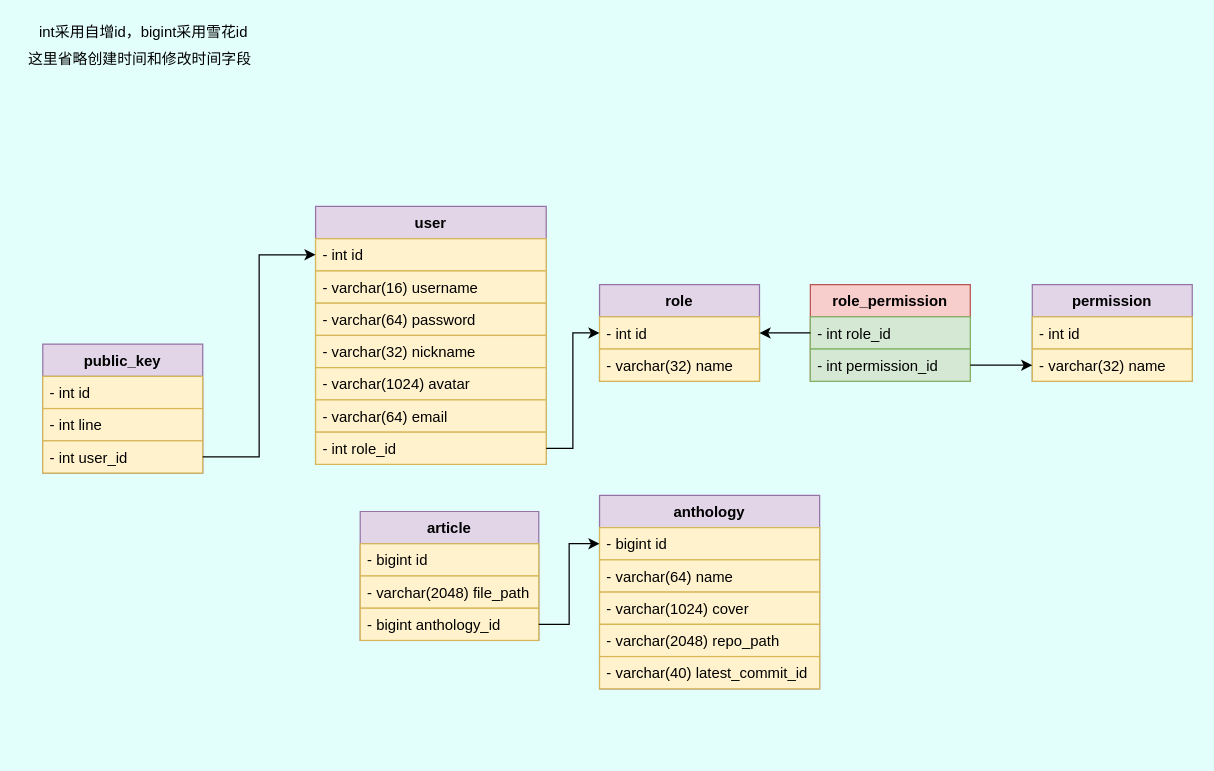
Earlier version of the draw.io diagram page "数据库" (2 of 2) of server-springboot/后端类图.dio (swsk33/git-document). Source tidied: cells renumbered, new cells numbered last; positions are measured from the earlier drawing's top-left corner, leaving out a move shared by most shapes. Both pictures are drawn from the tidied source at 124%, with x=0, y=0 at pixel (21, 21).
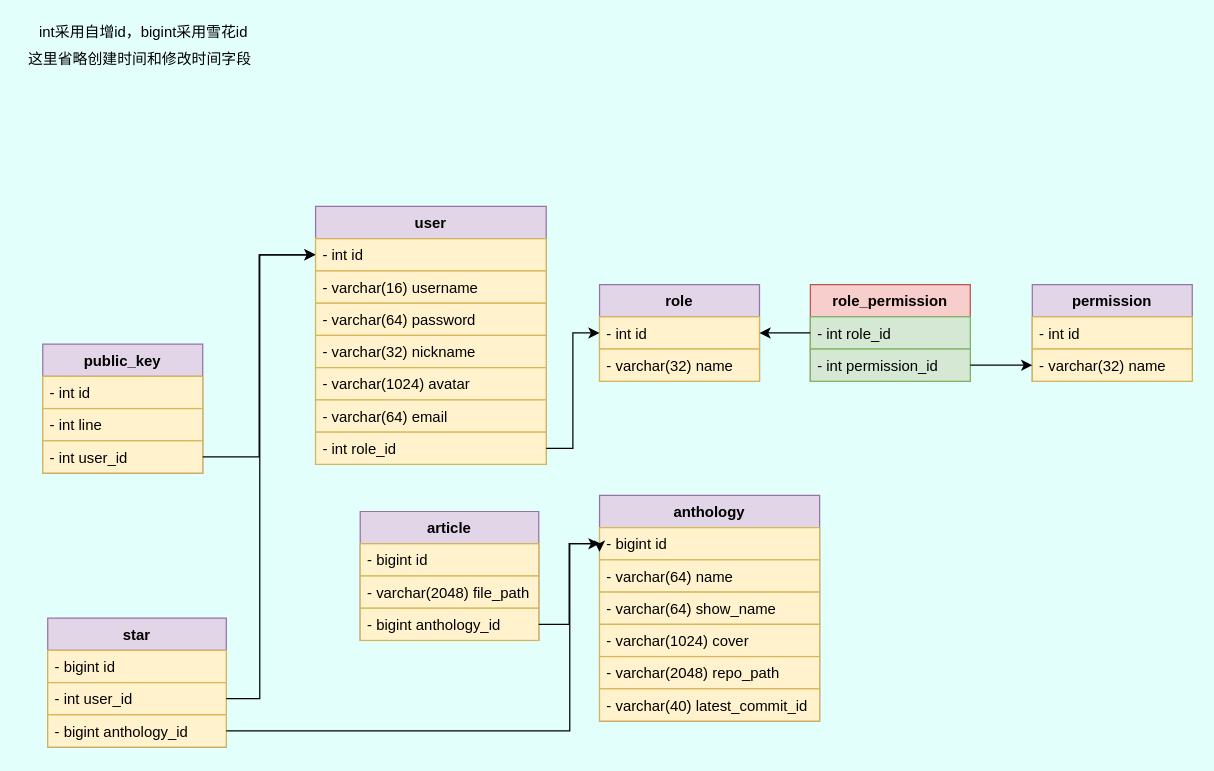
After the change.

Unchanged cells that the change refers to:
```xml
<mxCell id="3" value="- int id" style="text;strokeColor=#d6b656;fillColor=#fff2cc;align=left;verticalAlign=top;spacingLeft=4;spacingRight=4;overflow=hidden;points=[[0,0.5],[1,0.5]];portConstraint=eastwest;" parent="2" vertex="1">
  <mxGeometry y="26" width="186" height="26" as="geometry" />
</mxCell>
```

The edit, as a diff of the source:
```diff
@@
     <mxCell id="29" value="anthology" style="swimlane;fontStyle=1;align=center;verticalAlign=top;horizontal=1;startSize=26;fillColor=#e1d5e7;strokeColor=#9673a6;" parent="1" vertex="1">
-      <mxGeometry x="466" y="382" width="177.5" height="156" as="geometry" />
+      <mxGeometry x="466" y="382" width="177.5" height="182" as="geometry" />
     </mxCell>
@@
+    <mxCell id="40" value="- varchar(64) show_name" style="text;strokeColor=#d6b656;fillColor=#fff2cc;align=left;verticalAlign=top;spacingLeft=4;spacingRight=4;overflow=hidden;" parent="29" vertex="1">
+      <mxGeometry y="78" width="177.5" height="26" as="geometry" />
+    </mxCell>
     <mxCell id="32" value="- varchar(1024) cover" style="text;strokeColor=#d6b656;fillColor=#fff2cc;align=left;verticalAlign=top;spacingLeft=4;spacingRight=4;overflow=hidden;" parent="29" vertex="1">
-      <mxGeometry y="78" width="177.5" height="26" as="geometry" />
+      <mxGeometry y="104" width="177.5" height="26" as="geometry" />
     </mxCell>
     <mxCell id="33" value="- varchar(2048) repo_path" style="text;strokeColor=#d6b656;fillColor=#fff2cc;align=left;verticalAlign=top;spacingLeft=4;spacingRight=4;overflow=hidden;" parent="29" vertex="1">
-      <mxGeometry y="104" width="177.5" height="26" as="geometry" />
+      <mxGeometry y="130" width="177.5" height="26" as="geometry" />
     </mxCell>
     <mxCell id="34" value="- varchar(40) latest_commit_id" style="text;strokeColor=#d6b656;fillColor=#fff2cc;align=left;verticalAlign=top;spacingLeft=4;spacingRight=4;overflow=hidden;" parent="29" vertex="1">
-      <mxGeometry y="130" width="177.5" height="26" as="geometry" />
+      <mxGeometry y="156" width="177.5" height="26" as="geometry" />
     </mxCell>
@@
+    <mxCell id="41" value="star" style="swimlane;fontStyle=1;align=center;verticalAlign=top;horizontal=1;startSize=26;fillColor=#e1d5e7;strokeColor=#9673a6;" parent="1" vertex="1">
+      <mxGeometry x="21" y="481" width="144" height="104" as="geometry" />
+    </mxCell>
+    <mxCell id="42" value="- bigint id" style="text;strokeColor=#d6b656;fillColor=#fff2cc;align=left;verticalAlign=top;spacingLeft=4;spacingRight=4;overflow=hidden;" parent="41" vertex="1">
+      <mxGeometry y="26" width="144" height="26" as="geometry" />
+    </mxCell>
+    <mxCell id="43" value="- int user_id" style="text;strokeColor=#d6b656;fillColor=#fff2cc;align=left;verticalAlign=top;spacingLeft=4;spacingRight=4;overflow=hidden;points=[[0,0.5],[1,0.5]];portConstraint=eastwest;" parent="41" vertex="1">
+      <mxGeometry y="52" width="144" height="26" as="geometry" />
+    </mxCell>
+    <mxCell id="44" value="- bigint anthology_id" style="text;strokeColor=#d6b656;fillColor=#fff2cc;align=left;verticalAlign=top;spacingLeft=4;spacingRight=4;overflow=hidden;points=[[0,0.5],[1,0.5]];portConstraint=eastwest;" parent="41" vertex="1">
+      <mxGeometry y="78" width="144" height="26" as="geometry" />
+    </mxCell>
+    <mxCell id="45" style="edgeStyle=orthogonalEdgeStyle;rounded=0;jettySize=auto;html=1;exitX=1;exitY=0.5;exitDx=0;exitDy=0;entryX=0;entryY=0.5;entryDx=0;entryDy=0;" parent="1" edge="1" source="43" target="3">
+      <mxGeometry relative="1" as="geometry">
+        <Array as="points">
+          <mxPoint x="192" y="546" />
+          <mxPoint x="192" y="188" />
+        </Array>
+      </mxGeometry>
+    </mxCell>
+    <mxCell id="46" style="edgeStyle=orthogonalEdgeStyle;rounded=0;jettySize=auto;html=1;exitX=1;exitY=0.5;exitDx=0;exitDy=0;entryX=0;entryY=0.25;entryDx=0;entryDy=0;" parent="1" edge="1" source="44" target="29">
+      <mxGeometry relative="1" as="geometry">
+        <Array as="points">
+          <mxPoint x="442" y="572" />
+          <mxPoint x="442" y="421" />
+        </Array>
+      </mxGeometry>
+    </mxCell>
```
